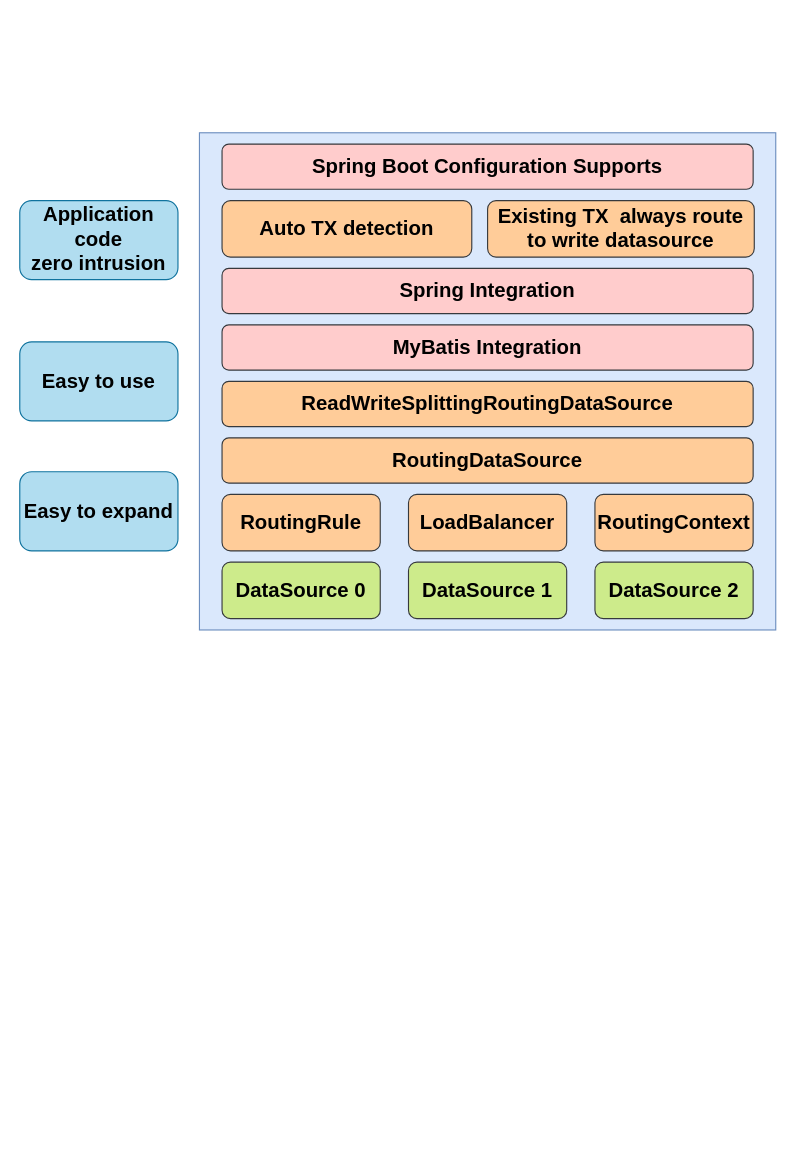
The draw.io diagram DevX/DevX-RoutingDataSource.drawio in GitHeP/diagrams, before the edit. Source tidied: cells renumbered, new cells numbered last; positions are measured from the earlier drawing's top-left corner, leaving out a move shared by most shapes. Both pictures are drawn from the tidied source at 113%, with x=0, y=0 at pixel (19, 132).
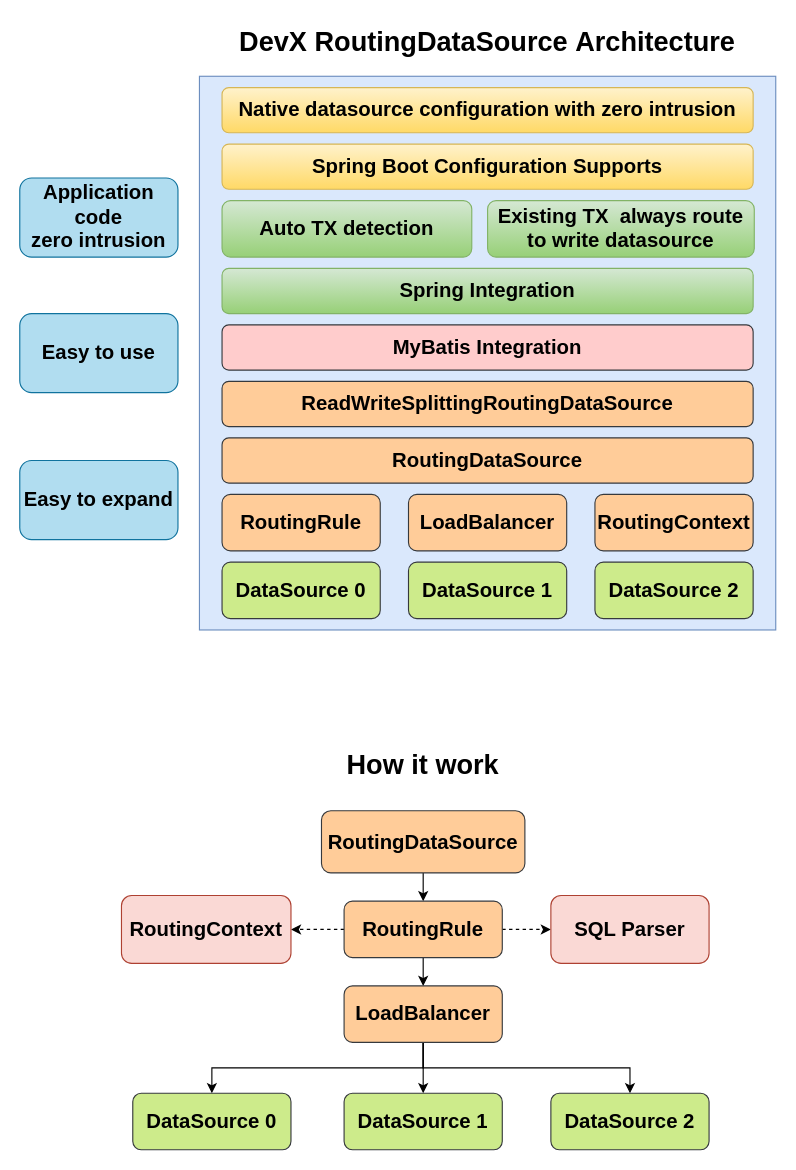
After the change.

What changed in the source:
```diff
@@
     <mxCell id="2" style="rounded=0;whiteSpace=wrap;html=1;fillColor=#dae8fc;strokeColor=#6c8ebf;" parent="1" vertex="1">
-      <mxGeometry x="159" width="510" height="440" as="geometry" />
+      <mxGeometry x="159" y="-50" width="510" height="490" as="geometry" />
     </mxCell>
@@
-    <mxCell id="11" value="&lt;font style=&quot;font-size: 18px;&quot;&gt;&lt;b&gt;Spring Integration&lt;/b&gt;&lt;/font&gt;" style="rounded=1;whiteSpace=wrap;html=1;fillColor=#ffcccc;strokeColor=#36393d;" parent="1" vertex="1">
+    <mxCell id="11" value="&lt;font style=&quot;font-size: 18px;&quot;&gt;&lt;b&gt;Spring Integration&lt;/b&gt;&lt;/font&gt;" style="rounded=1;whiteSpace=wrap;html=1;fillColor=#d5e8d4;strokeColor=#82b366;gradientColor=#97d077;" parent="1" vertex="1">
       <mxGeometry x="179" y="120" width="470" height="40" as="geometry" />
     </mxCell>
-    <mxCell id="12" value="&lt;font style=&quot;font-size: 18px;&quot;&gt;&lt;b&gt;Spring Boot Configuration Supports&lt;/b&gt;&lt;/font&gt;" style="rounded=1;whiteSpace=wrap;html=1;fillColor=#ffcccc;strokeColor=#36393d;" parent="1" vertex="1">
+    <mxCell id="12" value="&lt;font style=&quot;font-size: 18px;&quot;&gt;&lt;b&gt;Spring Boot Configuration Supports&lt;/b&gt;&lt;/font&gt;" style="rounded=1;whiteSpace=wrap;html=1;fillColor=#fff2cc;strokeColor=#d6b656;gradientColor=#ffd966;" parent="1" vertex="1">
       <mxGeometry x="179" y="10" width="470" height="40" as="geometry" />
     </mxCell>
@@
     <mxCell id="14" value="&lt;font style=&quot;font-size: 18px;&quot;&gt;&lt;b&gt;Application code &lt;br&gt;zero intrusion&lt;/b&gt;&lt;/font&gt;" style="rounded=1;whiteSpace=wrap;html=1;fillColor=#b1ddf0;strokeColor=#10739e;" parent="1" vertex="1">
-      <mxGeometry y="60" width="140" height="70" as="geometry" />
+      <mxGeometry y="40" width="140" height="70" as="geometry" />
     </mxCell>
     <mxCell id="15" value="&lt;font style=&quot;font-size: 18px;&quot;&gt;&lt;b&gt;Easy to use&lt;/b&gt;&lt;/font&gt;" style="rounded=1;whiteSpace=wrap;html=1;fillColor=#b1ddf0;strokeColor=#10739e;" parent="1" vertex="1">
-      <mxGeometry y="185" width="140" height="70" as="geometry" />
+      <mxGeometry y="160" width="140" height="70" as="geometry" />
     </mxCell>
     <mxCell id="16" value="&lt;b&gt;&lt;font style=&quot;font-size: 18px;&quot;&gt;Easy to expand&lt;/font&gt;&lt;/b&gt;" style="rounded=1;whiteSpace=wrap;html=1;fillColor=#b1ddf0;strokeColor=#10739e;" parent="1" vertex="1">
-      <mxGeometry y="300" width="140" height="70" as="geometry" />
+      <mxGeometry y="290" width="140" height="70" as="geometry" />
     </mxCell>
-    <mxCell id="17" value="&lt;b&gt;&lt;font style=&quot;font-size: 18px;&quot;&gt;Auto TX detection&lt;/font&gt;&lt;/b&gt;" style="rounded=1;whiteSpace=wrap;html=1;fillColor=#ffcc99;strokeColor=#36393d;" parent="1" vertex="1">
+    <mxCell id="17" value="&lt;b&gt;&lt;font style=&quot;font-size: 18px;&quot;&gt;Auto TX detection&lt;/font&gt;&lt;/b&gt;" style="rounded=1;whiteSpace=wrap;html=1;fillColor=#d5e8d4;strokeColor=#82b366;gradientColor=#97d077;" parent="1" vertex="1">
       <mxGeometry x="179" y="60" width="221" height="50" as="geometry" />
     </mxCell>
-    <mxCell id="18" value="&lt;font style=&quot;font-size: 18px;&quot;&gt;&lt;b&gt;Existing TX&amp;nbsp;&amp;nbsp;&lt;/b&gt;&lt;/font&gt;&lt;b&gt;&lt;font style=&quot;font-size: 18px;&quot;&gt;always route to write datasource&lt;/font&gt;&lt;/b&gt;" style="rounded=1;whiteSpace=wrap;html=1;fillColor=#ffcc99;strokeColor=#36393d;" parent="1" vertex="1">
+    <mxCell id="18" value="&lt;font style=&quot;font-size: 18px;&quot;&gt;&lt;b&gt;Existing TX&amp;nbsp;&amp;nbsp;&lt;/b&gt;&lt;/font&gt;&lt;b&gt;&lt;font style=&quot;font-size: 18px;&quot;&gt;always route to write datasource&lt;/font&gt;&lt;/b&gt;" style="rounded=1;whiteSpace=wrap;html=1;fillColor=#d5e8d4;strokeColor=#82b366;gradientColor=#97d077;" parent="1" vertex="1">
       <mxGeometry x="414" y="60" width="236" height="50" as="geometry" />
     </mxCell>
+    <mxCell id="19" value="&lt;b&gt;&lt;font style=&quot;font-size: 18px;&quot;&gt;Native datasource configuration with zero intrusion&lt;/font&gt;&lt;/b&gt;" style="rounded=1;whiteSpace=wrap;html=1;fillColor=#fff2cc;strokeColor=#d6b656;gradientColor=#ffd966;" parent="1" vertex="1">
+      <mxGeometry x="179" y="-40" width="470" height="40" as="geometry" />
+    </mxCell>
+    <mxCell id="20" style="edgeStyle=orthogonalEdgeStyle;rounded=0;jettySize=auto;html=1;" parent="1" edge="1" source="21" target="25">
+      <mxGeometry relative="1" as="geometry" />
+    </mxCell>
+    <mxCell id="21" value="&lt;font style=&quot;font-size: 18px;&quot;&gt;&lt;b&gt;RoutingDataSource&lt;/b&gt;&lt;/font&gt;" style="rounded=1;whiteSpace=wrap;html=1;fillColor=#ffcc99;strokeColor=#36393d;" parent="1" vertex="1">
+      <mxGeometry x="267" y="600" width="180" height="55" as="geometry" />
+    </mxCell>
+    <mxCell id="22" style="edgeStyle=orthogonalEdgeStyle;rounded=0;jettySize=auto;html=1;" parent="1" edge="1" source="25" target="29">
+      <mxGeometry relative="1" as="geometry" />
+    </mxCell>
+    <mxCell id="23" style="edgeStyle=orthogonalEdgeStyle;rounded=0;jettySize=auto;html=1;dashed=1;" parent="1" edge="1" source="25" target="33">
+      <mxGeometry relative="1" as="geometry" />
+    </mxCell>
+    <mxCell id="24" style="edgeStyle=orthogonalEdgeStyle;rounded=0;jettySize=auto;html=1;dashed=1;" parent="1" edge="1" source="25" target="36">
+      <mxGeometry relative="1" as="geometry" />
+    </mxCell>
+    <mxCell id="25" value="&lt;b&gt;&lt;font style=&quot;font-size: 18px;&quot;&gt;RoutingRule&lt;/font&gt;&lt;/b&gt;" style="rounded=1;whiteSpace=wrap;html=1;fillColor=#ffcc99;strokeColor=#36393d;" parent="1" vertex="1">
+      <mxGeometry x="287" y="680" width="140" height="50" as="geometry" />
+    </mxCell>
+    <mxCell id="26" style="edgeStyle=orthogonalEdgeStyle;rounded=0;jettySize=auto;html=1;" parent="1" edge="1" source="29" target="31">
+      <mxGeometry relative="1" as="geometry" />
+    </mxCell>
+    <mxCell id="27" style="edgeStyle=orthogonalEdgeStyle;rounded=0;jettySize=auto;html=1;exitX=0.5;exitY=1;exitDx=0;exitDy=0;" parent="1" edge="1" source="29" target="30">
+      <mxGeometry relative="1" as="geometry" />
+    </mxCell>
+    <mxCell id="28" style="edgeStyle=orthogonalEdgeStyle;rounded=0;jettySize=auto;html=1;exitX=0.5;exitY=1;exitDx=0;exitDy=0;" parent="1" edge="1" source="29" target="32">
+      <mxGeometry relative="1" as="geometry" />
+    </mxCell>
+    <mxCell id="29" value="&lt;b&gt;&lt;font style=&quot;font-size: 18px;&quot;&gt;LoadBalancer&lt;/font&gt;&lt;/b&gt;" style="rounded=1;whiteSpace=wrap;html=1;fillColor=#ffcc99;strokeColor=#36393d;" parent="1" vertex="1">
+      <mxGeometry x="287" y="755" width="140" height="50" as="geometry" />
+    </mxCell>
+    <mxCell id="30" value="&lt;font style=&quot;font-size: 18px;&quot;&gt;&lt;b&gt;DataSource 0&lt;/b&gt;&lt;/font&gt;" style="rounded=1;whiteSpace=wrap;html=1;fillColor=#cdeb8b;strokeColor=#36393d;" parent="1" vertex="1">
+      <mxGeometry x="100" y="850" width="140" height="50" as="geometry" />
+    </mxCell>
+    <mxCell id="31" value="&lt;font style=&quot;font-size: 18px;&quot;&gt;&lt;b&gt;DataSource 1&lt;/b&gt;&lt;/font&gt;" style="rounded=1;whiteSpace=wrap;html=1;fillColor=#cdeb8b;strokeColor=#36393d;" parent="1" vertex="1">
+      <mxGeometry x="287" y="850" width="140" height="50" as="geometry" />
+    </mxCell>
+    <mxCell id="32" value="&lt;font style=&quot;font-size: 18px;&quot;&gt;&lt;b&gt;DataSource 2&lt;/b&gt;&lt;/font&gt;" style="rounded=1;whiteSpace=wrap;html=1;fillColor=#cdeb8b;strokeColor=#36393d;" parent="1" vertex="1">
+      <mxGeometry x="470" y="850" width="140" height="50" as="geometry" />
+    </mxCell>
+    <mxCell id="33" value="&lt;font style=&quot;font-size: 18px;&quot;&gt;&lt;b&gt;SQL Parser&lt;/b&gt;&lt;/font&gt;" style="whiteSpace=wrap;html=1;fillColor=#fad9d5;strokeColor=#ae4132;rounded=1;" parent="1" vertex="1">
+      <mxGeometry x="470" y="675" width="140" height="60" as="geometry" />
+    </mxCell>
+    <mxCell id="34" value="&lt;font style=&quot;font-size: 24px;&quot;&gt;&lt;b style=&quot;&quot;&gt;DevX RoutingDataSource&amp;nbsp;Architecture&lt;/b&gt;&lt;/font&gt;" style="text;html=1;strokeColor=none;fillColor=none;align=center;verticalAlign=middle;whiteSpace=wrap;rounded=0;" parent="1" vertex="1">
+      <mxGeometry x="179" y="-100" width="470" height="40" as="geometry" />
+    </mxCell>
+    <mxCell id="35" value="&lt;font style=&quot;font-size: 24px;&quot;&gt;&lt;b style=&quot;&quot;&gt;How it work&lt;/b&gt;&lt;/font&gt;" style="text;html=1;strokeColor=none;fillColor=none;align=center;verticalAlign=middle;whiteSpace=wrap;rounded=0;" parent="1" vertex="1">
+      <mxGeometry x="122" y="540" width="470" height="40" as="geometry" />
+    </mxCell>
+    <mxCell id="36" value="&lt;font style=&quot;font-size: 18px;&quot;&gt;&lt;b&gt;RoutingContext&lt;/b&gt;&lt;/font&gt;" style="whiteSpace=wrap;html=1;fillColor=#fad9d5;strokeColor=#ae4132;rounded=1;" parent="1" vertex="1">
+      <mxGeometry x="90" y="675" width="150" height="60" as="geometry" />
+    </mxCell>
```
